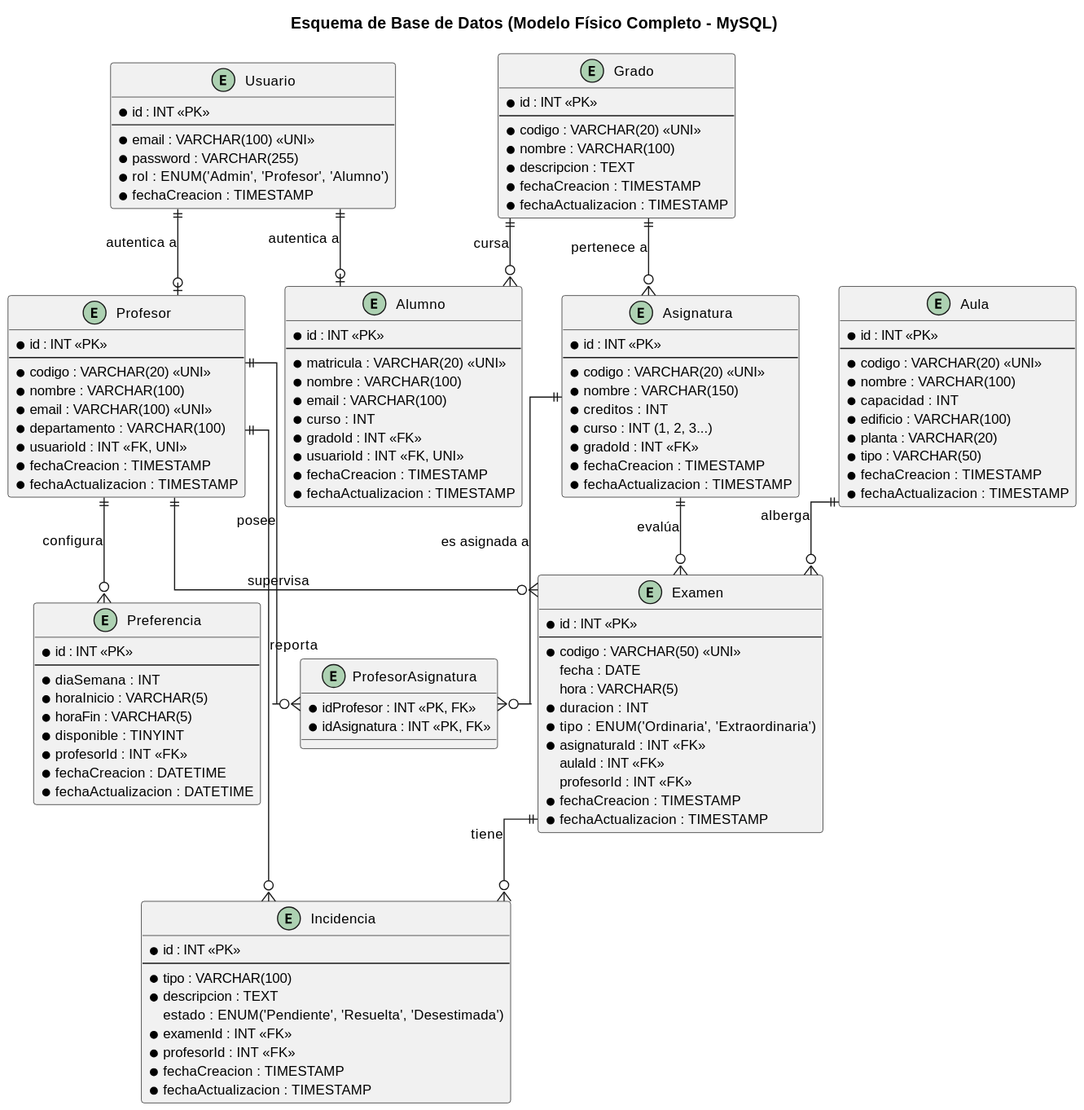
Earlier version of the PlantUML export images/02-diseño/esquema-er.svg (carlos-alvarado-25/25-26-idsw2-sdVC).
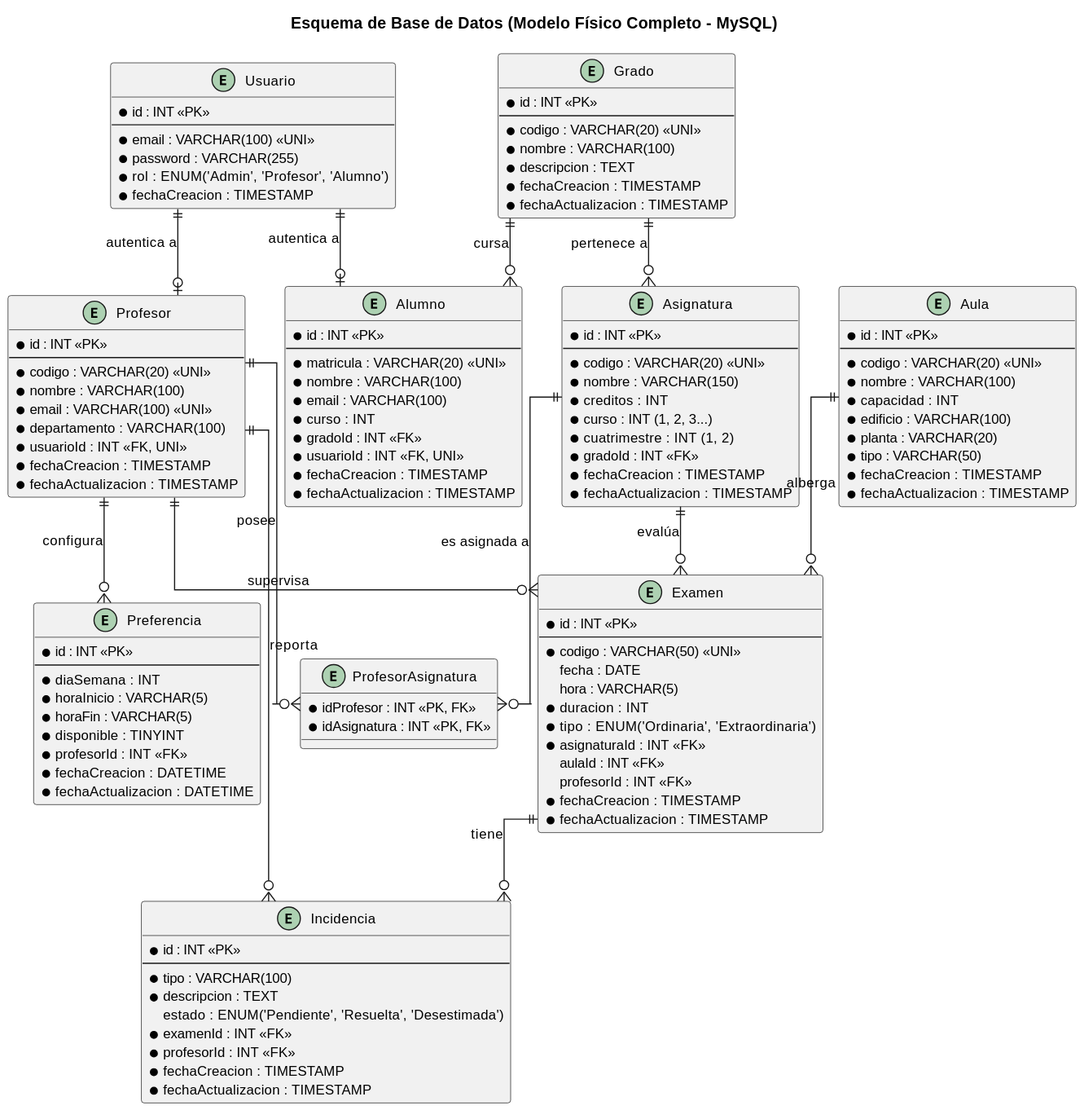
The same diagram one commit later.

The edit, as a diff of the source:
```diff
@@ -33,6 +33,7 @@
   * nombre : VARCHAR(150)
   * creditos : INT
   * curso : INT (1, 2, 3...)
+  * cuatrimestre : INT (1, 2)
   * gradoId : INT <<FK>>
   * fechaCreacion : TIMESTAMP
   * fechaActualizacion : TIMESTAMP
```
